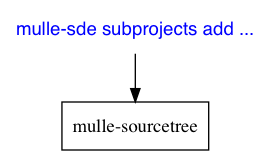
Before: dox/mulle-sde-subproject.png, a diagram exported from Graphviz (mulle-sde/mulle-sde). Its source is kept beside it as dox/mulle-sde-subproject.dot. The source it was exported from:
```dot
digraph G {
    graph [rankdir = TD];

    node[shape=record];

    "mulle-sde subprojects"  [ label="mulle-sde subprojects add ...", shape="none", fontname="monospace", fontcolor="blue"]

    "mulle-sde subprojects"  -> "mulle-sourcetree"
}
```
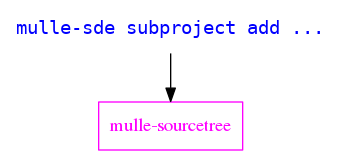
Later version of the same file.

Change to the diagram source:
```diff
@@ -3,7 +3,9 @@
 
     node[shape=record];
 
-    "mulle-sde subprojects"  [ label="mulle-sde subprojects add ...", shape="none", fontname="monospace", fontcolor="blue"]
+    "mulle-sde subproject"  [ label="mulle-sde subproject add ...", shape="none", fontname="monospace", fontcolor="blue"]
 
-    "mulle-sde subprojects"  -> "mulle-sourcetree"
+    "mulle-sde subproject"  -> "mulle-sourcetree"
+
+    "mulle-sourcetree"      [ color="magenta", fontcolor="magenta"]
 }
```
